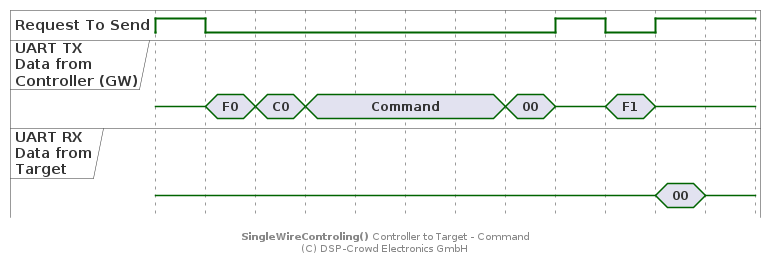
Above: doc/system/protocol/B0_swt-ctrl-to-target_cmd.png in NoOrientationProgramming/code-orb (PlantUML), before the change.
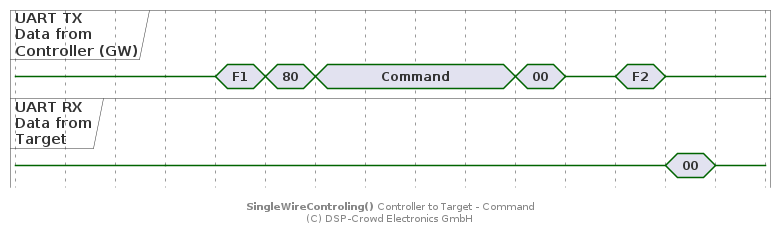
The same diagram one commit later.

The edit, as a diff of the source:
```diff
@@ -2,21 +2,22 @@
 
 hide time-axis
 
-binary "Request To Send" as rts
 concise "UART TX\nData from\nController (GW)" as ctrl
 concise "UART RX\nData from\nTarget" as tar
 
 @0
-rts is 1
+ctrl is {-}
+tar is {-}
+
+@+60
 ctrl is {-}
 tar is {-}
 
 @+20
-rts is 0
-ctrl is "F0"
+ctrl is "F1"
 
 @+20
-ctrl is "C0"
+ctrl is "80"
 
 @+20
 ctrl is "Command"
@@ -25,15 +26,12 @@
 ctrl is "00"
 
 @+20
-rts is 1
 ctrl is {-}
 
 @+20
-rts is 0
-ctrl is "F1"
+ctrl is "F2"
 
 @+20
-rts is 1
 ctrl is {-}
 tar is "00"
 
```
